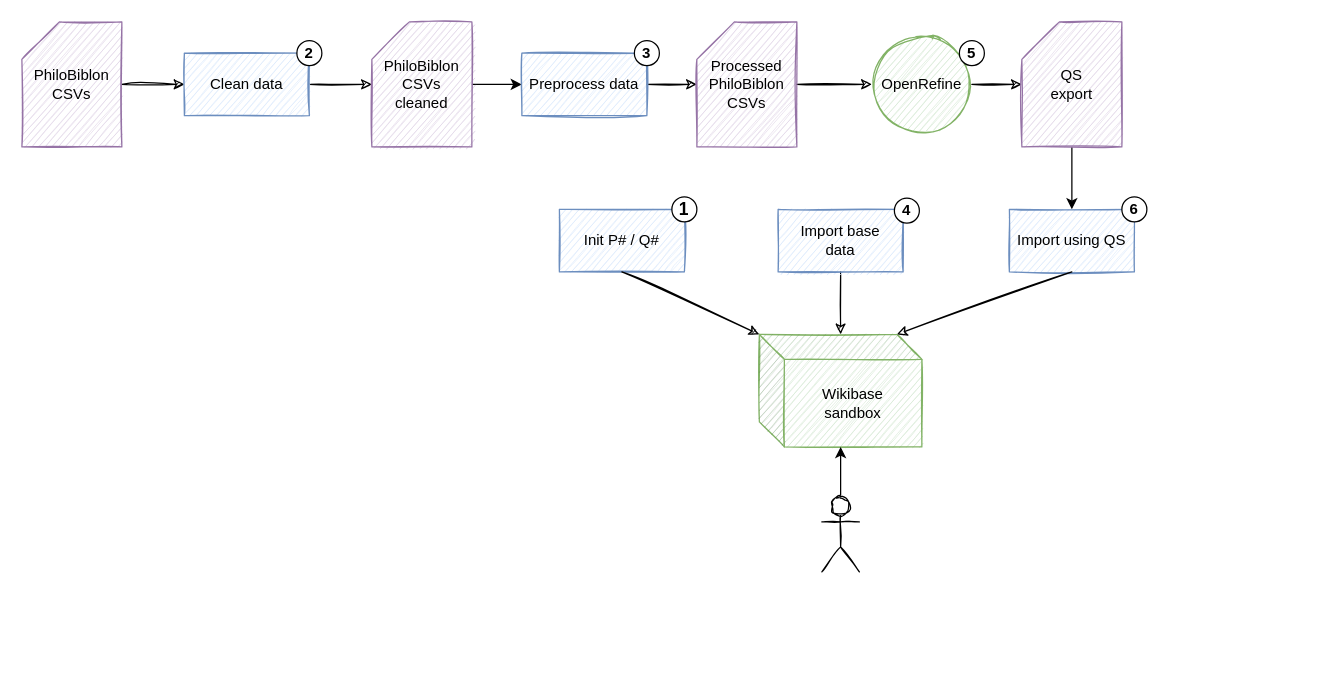
Above: pb2wb/assets/PhiloBiblon_import.drawio in PhiloBiblon/philobiblon-to-wikibase (draw.io), before the change. Source tidied: cells renumbered, new cells numbered last; positions are measured from the earlier drawing's top-left corner, leaving out a move shared by most shapes. Both pictures are drawn from the tidied source at 125%, with x=0, y=0 at pixel (21, 21).
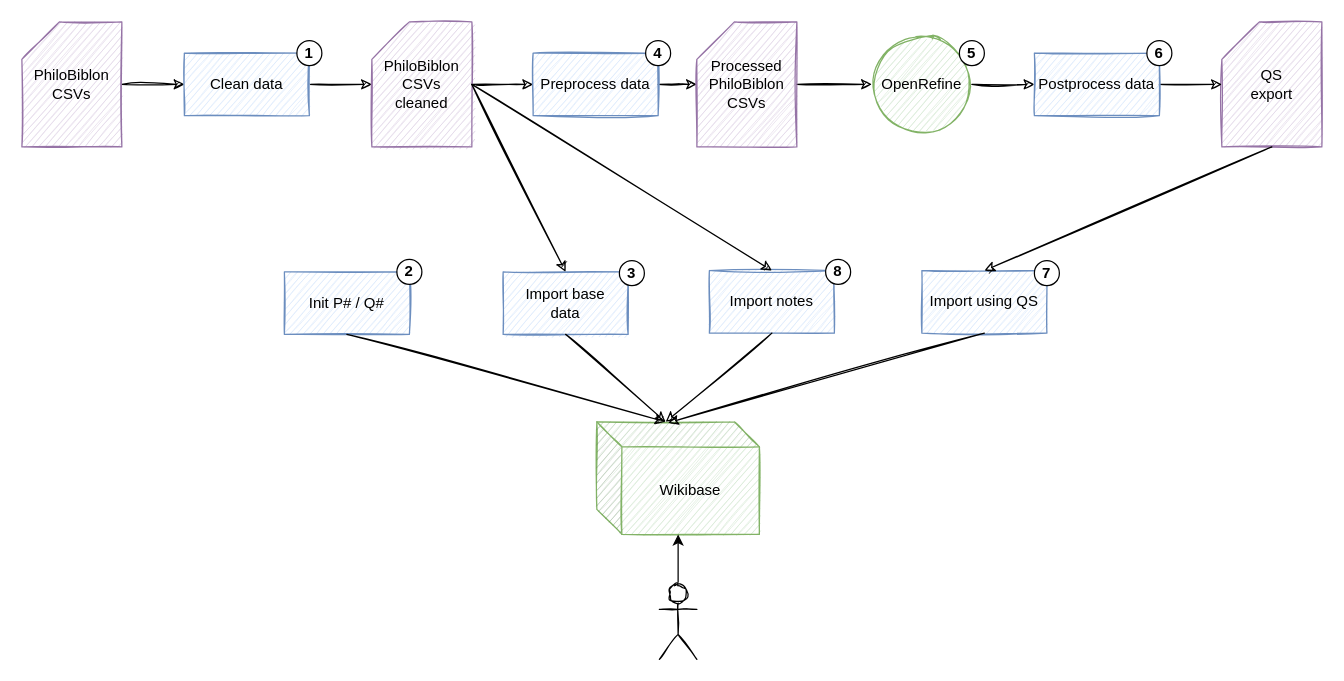
The same page after the edit.

The change refers to these unchanged cells:
```xml
<mxCell id="7" value="&lt;div&gt;PhiloBiblon&lt;/div&gt;&lt;div&gt;CSVs&lt;/div&gt;&lt;div&gt;cleaned&lt;br&gt;&lt;/div&gt;" style="shape=card;whiteSpace=wrap;html=1;fillColor=#e1d5e7;strokeColor=#9673a6;sketch=1;" parent="1" vertex="1">
  <mxGeometry x="280" width="80" height="100" as="geometry" />
</mxCell>
<mxCell id="13" value="OpenRefine" style="ellipse;whiteSpace=wrap;html=1;fillColor=#d5e8d4;strokeColor=#82b366;sketch=1;" parent="1" vertex="1">
  <mxGeometry x="680" y="10" width="80" height="80" as="geometry" />
</mxCell>
```

Diff of the diagram source:
```diff
@@
-    <mxCell id="6" style="edgeStyle=orthogonalEdgeStyle;rounded=0;jettySize=auto;html=1;" parent="1" edge="1" source="7" target="9">
+    <mxCell id="6" style="edgeStyle=orthogonalEdgeStyle;rounded=0;jettySize=auto;html=1;sketch=1;" parent="1" edge="1" source="7" target="9">
       <mxGeometry relative="1" as="geometry" />
     </mxCell>
@@
     <mxCell id="9" value="Preprocess data" style="rounded=0;whiteSpace=wrap;html=1;fillColor=#dae8fc;strokeColor=#6c8ebf;sketch=1;" parent="1" vertex="1">
-      <mxGeometry x="400" y="25" width="100" height="50" as="geometry" />
+      <mxGeometry x="409" y="25" width="100" height="50" as="geometry" />
     </mxCell>
@@
-    <mxCell id="12" style="edgeStyle=orthogonalEdgeStyle;rounded=0;jettySize=auto;html=1;sketch=1;" parent="1" edge="1" source="13" target="15">
-      <mxGeometry relative="1" as="geometry" />
-    </mxCell>
+    <mxCell id="31" style="edgeStyle=orthogonalEdgeStyle;rounded=0;jettySize=auto;html=1;sketch=1;" parent="1" edge="1" source="13" target="33">
+      <mxGeometry relative="1" as="geometry" />
+    </mxCell>
@@
-    <mxCell id="14" style="edgeStyle=orthogonalEdgeStyle;rounded=0;jettySize=auto;html=1;" parent="1" edge="1" source="15" target="21">
-      <mxGeometry relative="1" as="geometry" />
-    </mxCell>
     <mxCell id="15" value="&lt;div&gt;QS&lt;/div&gt;&lt;div&gt;export&lt;br&gt;&lt;/div&gt;" style="shape=card;whiteSpace=wrap;html=1;fillColor=#e1d5e7;strokeColor=#9673a6;sketch=1;" parent="1" vertex="1">
-      <mxGeometry x="800" width="80" height="100" as="geometry" />
+      <mxGeometry x="960" width="80" height="100" as="geometry" />
     </mxCell>
-    <mxCell id="16" value="&lt;div&gt;Wikibase&lt;/div&gt;&lt;div&gt;sandbox&lt;br&gt;&lt;/div&gt;" style="shape=cube;whiteSpace=wrap;html=1;boundedLbl=1;backgroundOutline=1;darkOpacity=0.05;darkOpacity2=0.1;fillColor=#d5e8d4;strokeColor=#82b366;sketch=1;" parent="1" vertex="1">
-      <mxGeometry x="590" y="250" width="130" height="90" as="geometry" />
+    <mxCell id="16" value="Wikibase" style="shape=cube;whiteSpace=wrap;html=1;boundedLbl=1;backgroundOutline=1;darkOpacity=0.05;darkOpacity2=0.1;fillColor=#d5e8d4;strokeColor=#82b366;sketch=1;" parent="1" vertex="1">
+      <mxGeometry x="460" y="320" width="130" height="90" as="geometry" />
     </mxCell>
     <mxCell id="17" value="Init P# / Q#" style="rounded=0;whiteSpace=wrap;html=1;fillColor=#dae8fc;strokeColor=#6c8ebf;sketch=1;" parent="1" vertex="1">
-      <mxGeometry x="430" y="150" width="100" height="50" as="geometry" />
+      <mxGeometry x="210" y="200" width="100" height="50" as="geometry" />
     </mxCell>
-    <mxCell id="18" style="edgeStyle=orthogonalEdgeStyle;rounded=0;jettySize=auto;html=1;sketch=1;" parent="1" edge="1" source="19" target="16">
-      <mxGeometry relative="1" as="geometry" />
-    </mxCell>
     <mxCell id="19" value="&lt;div&gt;Import base&lt;/div&gt;&lt;div&gt;data&lt;br&gt;&lt;/div&gt;" style="rounded=0;whiteSpace=wrap;html=1;fillColor=#dae8fc;strokeColor=#6c8ebf;sketch=1;" parent="1" vertex="1">
-      <mxGeometry x="605" y="150" width="100" height="50" as="geometry" />
+      <mxGeometry x="385" y="200" width="100" height="50" as="geometry" />
     </mxCell>
-    <mxCell id="20" style="endArrow=classic;html=1;rounded=0;exitX=0.5;exitY=1;exitDx=0;exitDy=0;entryX=0;entryY=0;entryDx=0;entryDy=0;entryPerimeter=0;sketch=1;" parent="1" edge="1" source="17" target="16">
+    <mxCell id="20" style="endArrow=classic;html=1;rounded=0;exitX=0.5;exitY=1;exitDx=0;exitDy=0;sketch=1;entryX=0;entryY=0;entryDx=55;entryDy=0;entryPerimeter=0;" parent="1" edge="1" source="17" target="16">
       <mxGeometry relative="1" as="geometry" />
     </mxCell>
     <mxCell id="21" value="&lt;div&gt;Import using QS&lt;br&gt;&lt;/div&gt;" style="rounded=0;whiteSpace=wrap;html=1;fillColor=#dae8fc;strokeColor=#6c8ebf;sketch=1;" parent="1" vertex="1">
-      <mxGeometry x="790" y="150" width="100" height="50" as="geometry" />
+      <mxGeometry x="720" y="199" width="100" height="50" as="geometry" />
     </mxCell>
-    <mxCell id="22" style="endArrow=classic;html=1;rounded=0;exitX=0.5;exitY=1;exitDx=0;exitDy=0;entryX=0;entryY=0;entryDx=110;entryDy=0;entryPerimeter=0;sketch=1;" parent="1" edge="1" source="21" target="16">
+    <mxCell id="22" style="endArrow=classic;html=1;rounded=0;exitX=0.5;exitY=1;exitDx=0;exitDy=0;sketch=1;entryX=0.438;entryY=0.008;entryDx=0;entryDy=0;entryPerimeter=0;" parent="1" edge="1" source="21" target="16">
       <mxGeometry relative="1" as="geometry" />
     </mxCell>
-    <mxCell id="23" value="&lt;b&gt;2&lt;/b&gt;" style="ellipse;whiteSpace=wrap;html=1;" parent="1" vertex="1">
+    <mxCell id="23" value="&lt;b&gt;1&lt;/b&gt;" style="ellipse;whiteSpace=wrap;html=1;" parent="1" vertex="1">
       <mxGeometry x="220" y="15" width="20" height="20" as="geometry" />
     </mxCell>
-    <mxCell id="24" value="&lt;b&gt;3&lt;/b&gt;" style="ellipse;whiteSpace=wrap;html=1;" parent="1" vertex="1">
-      <mxGeometry x="490" y="15" width="20" height="20" as="geometry" />
+    <mxCell id="24" value="&lt;b&gt;4&lt;/b&gt;" style="ellipse;whiteSpace=wrap;html=1;" parent="1" vertex="1">
+      <mxGeometry x="499" y="15" width="20" height="20" as="geometry" />
     </mxCell>
@@
-    <mxCell id="26" value="&lt;font style=&quot;font-size: 14px;&quot;&gt;&lt;b&gt;1&lt;/b&gt;&lt;/font&gt;" style="ellipse;whiteSpace=wrap;html=1;" parent="1" vertex="1">
-      <mxGeometry x="520" y="140" width="20" height="20" as="geometry" />
+    <mxCell id="26" value="&lt;b&gt;2&lt;/b&gt;" style="ellipse;whiteSpace=wrap;html=1;" parent="1" vertex="1">
+      <mxGeometry x="300" y="190" width="20" height="20" as="geometry" />
     </mxCell>
-    <mxCell id="27" value="&lt;b&gt;4&lt;/b&gt;" style="ellipse;whiteSpace=wrap;html=1;" parent="1" vertex="1">
-      <mxGeometry x="698" y="141" width="20" height="20" as="geometry" />
+    <mxCell id="27" value="&lt;b&gt;3&lt;/b&gt;" style="ellipse;whiteSpace=wrap;html=1;" parent="1" vertex="1">
+      <mxGeometry x="478" y="191" width="20" height="20" as="geometry" />
     </mxCell>
-    <mxCell id="28" value="&lt;b&gt;6&lt;/b&gt;" style="ellipse;whiteSpace=wrap;html=1;" parent="1" vertex="1">
-      <mxGeometry x="880" y="140" width="20" height="20" as="geometry" />
+    <mxCell id="28" value="&lt;b&gt;7&lt;/b&gt;" style="ellipse;whiteSpace=wrap;html=1;" parent="1" vertex="1">
+      <mxGeometry x="810" y="191" width="20" height="20" as="geometry" />
     </mxCell>
@@
     <mxCell id="30" style="shape=umlActor;verticalLabelPosition=bottom;verticalAlign=top;html=1;outlineConnect=0;fontSize=14;sketch=1;" parent="1" vertex="1">
-      <mxGeometry x="640" y="380" width="30" height="60" as="geometry" />
+      <mxGeometry x="510" y="450" width="30" height="60" as="geometry" />
     </mxCell>
+    <mxCell id="32" style="edgeStyle=orthogonalEdgeStyle;rounded=0;jettySize=auto;html=1;sketch=1;" parent="1" edge="1" source="33" target="15">
+      <mxGeometry relative="1" as="geometry" />
+    </mxCell>
+    <mxCell id="33" value="Postprocess data" style="rounded=0;whiteSpace=wrap;html=1;fillColor=#dae8fc;strokeColor=#6c8ebf;sketch=1;" parent="1" vertex="1">
+      <mxGeometry x="810" y="25" width="100" height="50" as="geometry" />
+    </mxCell>
+    <mxCell id="34" value="&lt;b&gt;6&lt;/b&gt;" style="ellipse;whiteSpace=wrap;html=1;" parent="1" vertex="1">
+      <mxGeometry x="900" y="15" width="20" height="20" as="geometry" />
+    </mxCell>
+    <mxCell id="35" style="endArrow=classic;html=1;rounded=0;exitX=1;exitY=0.5;exitDx=0;exitDy=0;exitPerimeter=0;entryX=0.5;entryY=0;entryDx=0;entryDy=0;sketch=1;" parent="1" edge="1" source="7" target="19">
+      <mxGeometry relative="1" as="geometry" />
+    </mxCell>
+    <mxCell id="36" value="Import notes" style="rounded=0;whiteSpace=wrap;html=1;fillColor=#dae8fc;strokeColor=#6c8ebf;sketch=1;" parent="1" vertex="1">
+      <mxGeometry x="550" y="199" width="100" height="50" as="geometry" />
+    </mxCell>
+    <mxCell id="37" value="&lt;b&gt;8&lt;/b&gt;" style="ellipse;whiteSpace=wrap;html=1;" parent="1" vertex="1">
+      <mxGeometry x="643" y="190" width="20" height="20" as="geometry" />
+    </mxCell>
+    <mxCell id="38" style="endArrow=classic;html=1;rounded=0;entryX=0.5;entryY=0;entryDx=0;entryDy=0;sketch=1;" parent="1" edge="1" target="36">
+      <mxGeometry relative="1" as="geometry">
+        <mxPoint x="360" y="50" as="sourcePoint" />
+      </mxGeometry>
+    </mxCell>
+    <mxCell id="14" style="endArrow=classic;html=1;rounded=0;exitX=0.5;exitY=1;exitDx=0;exitDy=0;exitPerimeter=0;entryX=0.5;entryY=0;entryDx=0;entryDy=0;sketch=1;" parent="1" edge="1" source="15" target="21">
+      <mxGeometry relative="1" as="geometry" />
+    </mxCell>
+    <mxCell id="39" style="endArrow=classic;html=1;rounded=0;exitX=0.5;exitY=1;exitDx=0;exitDy=0;sketch=1;entryX=0;entryY=0;entryDx=55;entryDy=0;entryPerimeter=0;" parent="1" edge="1" source="36" target="16">
+      <mxGeometry relative="1" as="geometry" />
+    </mxCell>
+    <mxCell id="18" style="endArrow=classic;html=1;rounded=0;sketch=1;exitX=0.5;exitY=1;exitDx=0;exitDy=0;entryX=0;entryY=0;entryDx=55;entryDy=0;entryPerimeter=0;" parent="1" edge="1" source="19" target="16">
+      <mxGeometry relative="1" as="geometry" />
+    </mxCell>
```
